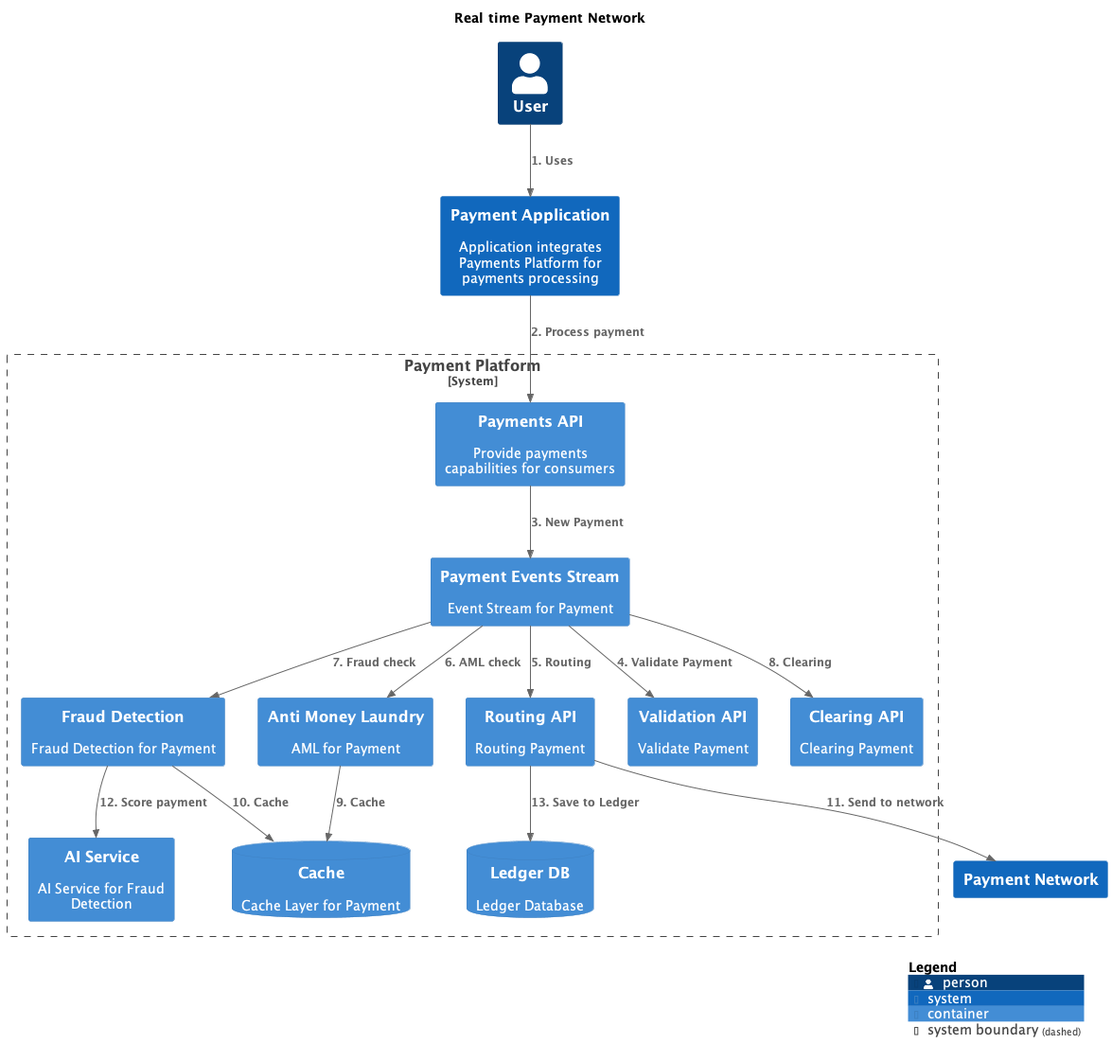
This is master/png/RealTimePaymentNetworkFlow.png from mmelnyk-godaddy/architecture-repository, a PlantUML export, as it was before one commit.
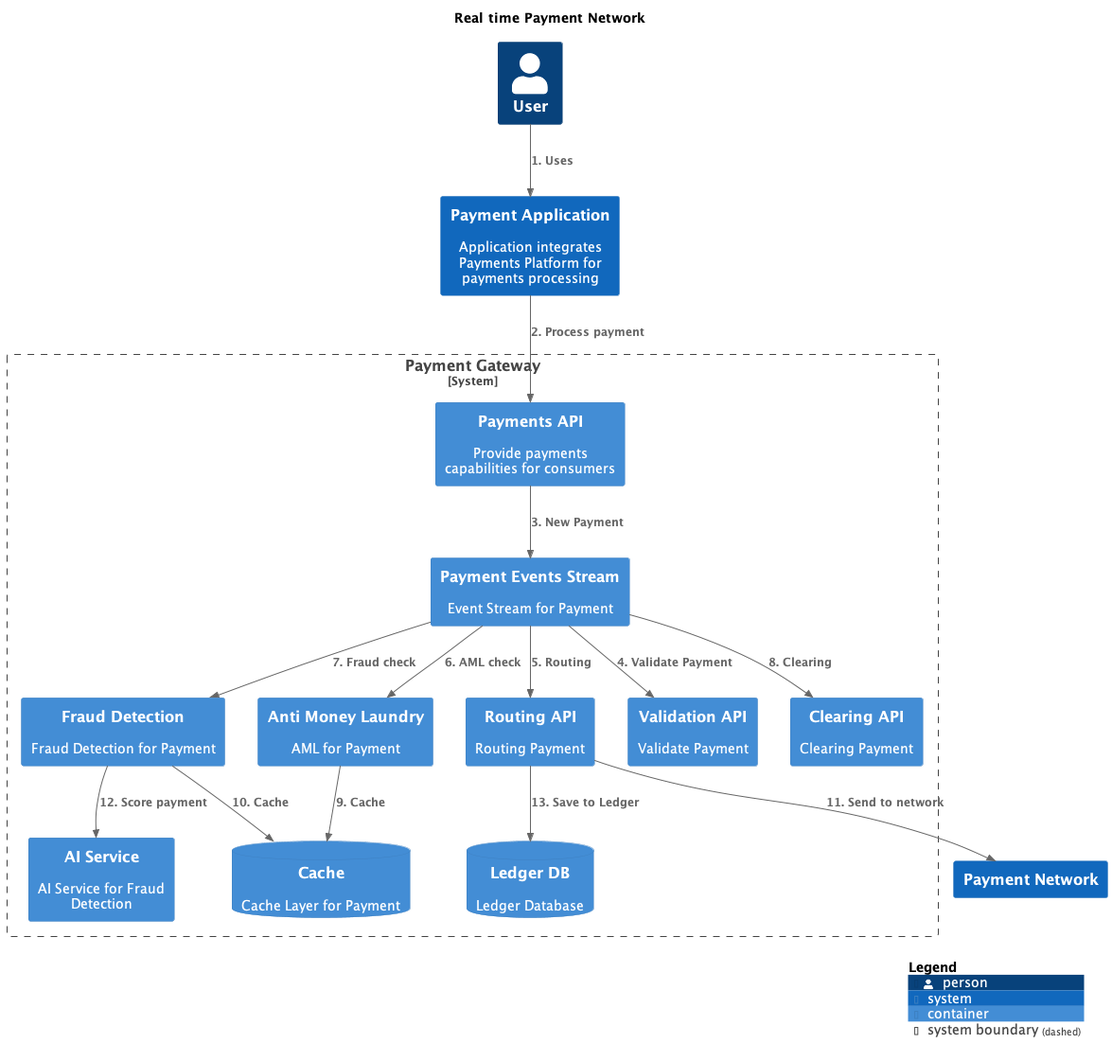
Above is the later version.

The edit, as a diff of the source:
```diff
@@ -8,17 +8,17 @@
 !include <C4/C4_Context>
 !include <C4/C4_Container>
 
-System_Boundary("PaymentPlatform_boundary", "Payment Platform", $tags="") {
-  ContainerDb(PaymentPlatform.Cache, "Cache", $techn="", $descr="Cache Layer for Payment", $tags="", $link="")
-  Container(PaymentPlatform.RoutingAPI, "Routing API", $techn="", $descr="Routing Payment", $tags="", $link="")
-  Container(PaymentPlatform.AntiMoneyLaundry, "Anti Money Laundry", $techn="", $descr="AML for Payment", $tags="", $link="")
-  Container(PaymentPlatform.FraudDetection, "Fraud Detection", $techn="", $descr="Fraud Detection for Payment", $tags="", $link="")
-  Container(PaymentPlatform.AIService, "AI Service", $techn="", $descr="AI Service for Fraud Detection", $tags="", $link="")
-  ContainerDb(PaymentPlatform.LedgerDB, "Ledger DB", $techn="", $descr="Ledger Database", $tags="", $link="")
-  Container(PaymentPlatform.PaymentsAPI, "Payments API", $techn="", $descr="Provide payments capabilities for consumers", $tags="", $link="")
-  Container(PaymentPlatform.ValidationAPI, "Validation API", $techn="", $descr="Validate Payment", $tags="", $link="")
-  Container(PaymentPlatform.ClearingAPI, "Clearing API", $techn="", $descr="Clearing Payment", $tags="", $link="")
-  Container(PaymentPlatform.PaymentEventsStream, "Payment Events Stream", $techn="", $descr="Event Stream for Payment", $tags="", $link="")
+System_Boundary("PaymentGateway_boundary", "Payment Gateway", $tags="") {
+  Container(PaymentGateway.PaymentEventsStream, "Payment Events Stream", $techn="", $descr="Event Stream for Payment", $tags="", $link="")
+  ContainerDb(PaymentGateway.Cache, "Cache", $techn="", $descr="Cache Layer for Payment", $tags="", $link="")
+  Container(PaymentGateway.RoutingAPI, "Routing API", $techn="", $descr="Routing Payment", $tags="", $link="")
+  Container(PaymentGateway.AntiMoneyLaundry, "Anti Money Laundry", $techn="", $descr="AML for Payment", $tags="", $link="")
+  Container(PaymentGateway.FraudDetection, "Fraud Detection", $techn="", $descr="Fraud Detection for Payment", $tags="", $link="")
+  Container(PaymentGateway.AIService, "AI Service", $techn="", $descr="AI Service for Fraud Detection", $tags="", $link="")
+  ContainerDb(PaymentGateway.LedgerDB, "Ledger DB", $techn="", $descr="Ledger Database", $tags="", $link="")
+  Container(PaymentGateway.PaymentsAPI, "Payments API", $techn="", $descr="Provide payments capabilities for consumers", $tags="", $link="")
+  Container(PaymentGateway.ValidationAPI, "Validation API", $techn="", $descr="Validate Payment", $tags="", $link="")
+  Container(PaymentGateway.ClearingAPI, "Clearing API", $techn="", $descr="Clearing Payment", $tags="", $link="")
 }
 
 Person(User, "User", $descr="", $tags="", $link="")
@@ -26,18 +26,18 @@
 System(PaymentNetwork, "Payment Network", $descr="", $tags="", $link="")
 
 Rel(User, PaymentApplication, "1. Uses", $techn="", $tags="", $link="")
-Rel(PaymentApplication, PaymentPlatform.PaymentsAPI, "2. Process payment", $techn="", $tags="", $link="")
-Rel(PaymentPlatform.PaymentsAPI, PaymentPlatform.PaymentEventsStream, "3. New Payment", $techn="", $tags="", $link="")
-Rel(PaymentPlatform.PaymentEventsStream, PaymentPlatform.ValidationAPI, "4. Validate Payment", $techn="", $tags="", $link="")
-Rel(PaymentPlatform.PaymentEventsStream, PaymentPlatform.RoutingAPI, "5. Routing", $techn="", $tags="", $link="")
-Rel(PaymentPlatform.PaymentEventsStream, PaymentPlatform.AntiMoneyLaundry, "6. AML check", $techn="", $tags="", $link="")
-Rel(PaymentPlatform.PaymentEventsStream, PaymentPlatform.FraudDetection, "7. Fraud check", $techn="", $tags="", $link="")
-Rel(PaymentPlatform.PaymentEventsStream, PaymentPlatform.ClearingAPI, "8. Clearing", $techn="", $tags="", $link="")
-Rel(PaymentPlatform.AntiMoneyLaundry, PaymentPlatform.Cache, "9. Cache", $techn="", $tags="", $link="")
-Rel(PaymentPlatform.FraudDetection, PaymentPlatform.Cache, "10. Cache", $techn="", $tags="", $link="")
-Rel(PaymentPlatform.RoutingAPI, PaymentNetwork, "11. Send to network", $techn="", $tags="", $link="")
-Rel(PaymentPlatform.FraudDetection, PaymentPlatform.AIService, "12. Score payment", $techn="", $tags="", $link="")
-Rel(PaymentPlatform.RoutingAPI, PaymentPlatform.LedgerDB, "13. Save to Ledger", $techn="", $tags="", $link="")
+Rel(PaymentApplication, PaymentGateway.PaymentsAPI, "2. Process payment", $techn="", $tags="", $link="")
+Rel(PaymentGateway.PaymentsAPI, PaymentGateway.PaymentEventsStream, "3. New Payment", $techn="", $tags="", $link="")
+Rel(PaymentGateway.PaymentEventsStream, PaymentGateway.ValidationAPI, "4. Validate Payment", $techn="", $tags="", $link="")
+Rel(PaymentGateway.PaymentEventsStream, PaymentGateway.RoutingAPI, "5. Routing", $techn="", $tags="", $link="")
+Rel(PaymentGateway.PaymentEventsStream, PaymentGateway.AntiMoneyLaundry, "6. AML check", $techn="", $tags="", $link="")
+Rel(PaymentGateway.PaymentEventsStream, PaymentGateway.FraudDetection, "7. Fraud check", $techn="", $tags="", $link="")
+Rel(PaymentGateway.PaymentEventsStream, PaymentGateway.ClearingAPI, "8. Clearing", $techn="", $tags="", $link="")
+Rel(PaymentGateway.AntiMoneyLaundry, PaymentGateway.Cache, "9. Cache", $techn="", $tags="", $link="")
+Rel(PaymentGateway.FraudDetection, PaymentGateway.Cache, "10. Cache", $techn="", $tags="", $link="")
+Rel(PaymentGateway.RoutingAPI, PaymentNetwork, "11. Send to network", $techn="", $tags="", $link="")
+Rel(PaymentGateway.FraudDetection, PaymentGateway.AIService, "12. Score payment", $techn="", $tags="", $link="")
+Rel(PaymentGateway.RoutingAPI, PaymentGateway.LedgerDB, "13. Save to Ledger", $techn="", $tags="", $link="")
 
 SHOW_LEGEND(true)
 @enduml
```
